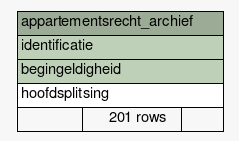
Before: datamodel/schemaspy/brk/diagrams/summary/appartementsrecht_archief.1degree.png, a diagram exported from Graphviz (B3Partners/brmo). Its source is kept beside it as datamodel/schemaspy/brk/diagrams/summary/appartementsrecht_archief.1degree.dot.
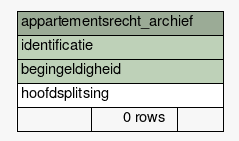
Above is the later version.

Change to the diagram source:
```diff
@@ -22,7 +22,7 @@
       <TR><TD PORT="identificatie" COLSPAN="3" BGCOLOR="#bed1b8" ALIGN="LEFT">identificatie</TD></TR>
       <TR><TD PORT="begingeldigheid" COLSPAN="3" BGCOLOR="#bed1b8" ALIGN="LEFT">begingeldigheid</TD></TR>
       <TR><TD PORT="hoofdsplitsing" COLSPAN="3" ALIGN="LEFT">hoofdsplitsing</TD></TR>
-      <TR><TD ALIGN="LEFT" BGCOLOR="#f7f7f7">  </TD><TD ALIGN="RIGHT" BGCOLOR="#f7f7f7">201 rows</TD><TD ALIGN="RIGHT" BGCOLOR="#f7f7f7">  </TD></TR>
+      <TR><TD ALIGN="LEFT" BGCOLOR="#f7f7f7">  </TD><TD ALIGN="RIGHT" BGCOLOR="#f7f7f7">0 rows</TD><TD ALIGN="RIGHT" BGCOLOR="#f7f7f7">  </TD></TR>
     </TABLE>>
     URL="tables/appartementsrecht_archief.html"
     tooltip="appartementsrecht_archief"
```
